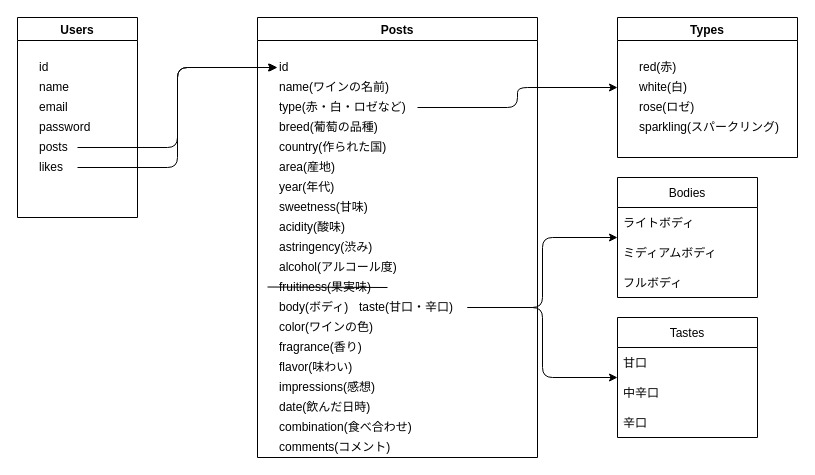
Above: docs/tableRelations.drawio in ichi13119/wine_app (draw.io), before the change. Source tidied: cells renumbered, new cells numbered last; positions are measured from the earlier drawing's top-left corner, leaving out a move shared by most shapes. Both pictures are drawn from the tidied source at 100%, with x=0, y=0 at pixel (17, 17).
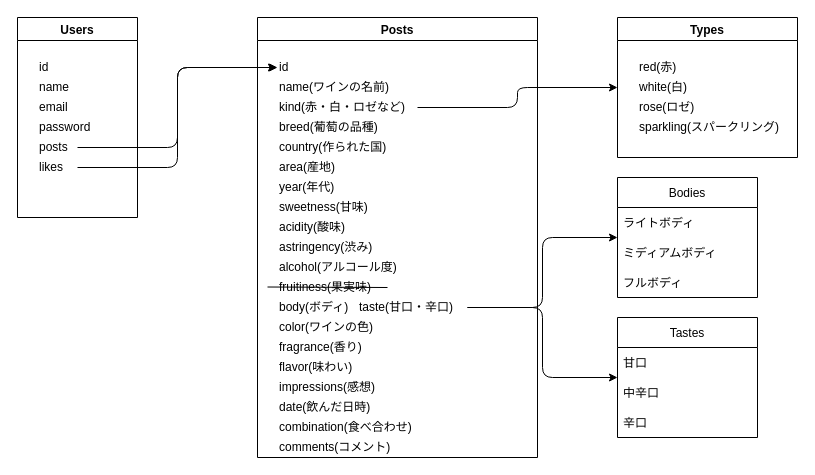
The same diagram, later.

Commit message (it also covers changes not shown here):
Connect mongoDB, create Prisma schema and seed type datas

Unchanged cells that the change refers to:
```xml
<mxCell id="2" value="Posts" style="swimlane;" parent="1" vertex="1">
  <mxGeometry x="240" width="280" height="440" as="geometry" />
</mxCell>
```

Change to the diagram source:
```diff
@@
-    <mxCell id="5" value="type(赤・白・ロゼなど)" style="text;html=1;align=left;verticalAlign=middle;points=[];strokeColor=none;fillColor=none;" parent="2" vertex="1">
+    <mxCell id="5" value="kind(赤・白・ロゼなど)" style="text;html=1;align=left;verticalAlign=middle;points=[];strokeColor=none;fillColor=none;" parent="2" vertex="1">
       <mxGeometry x="20" y="80" width="140" height="20" as="geometry" />
     </mxCell>
```
